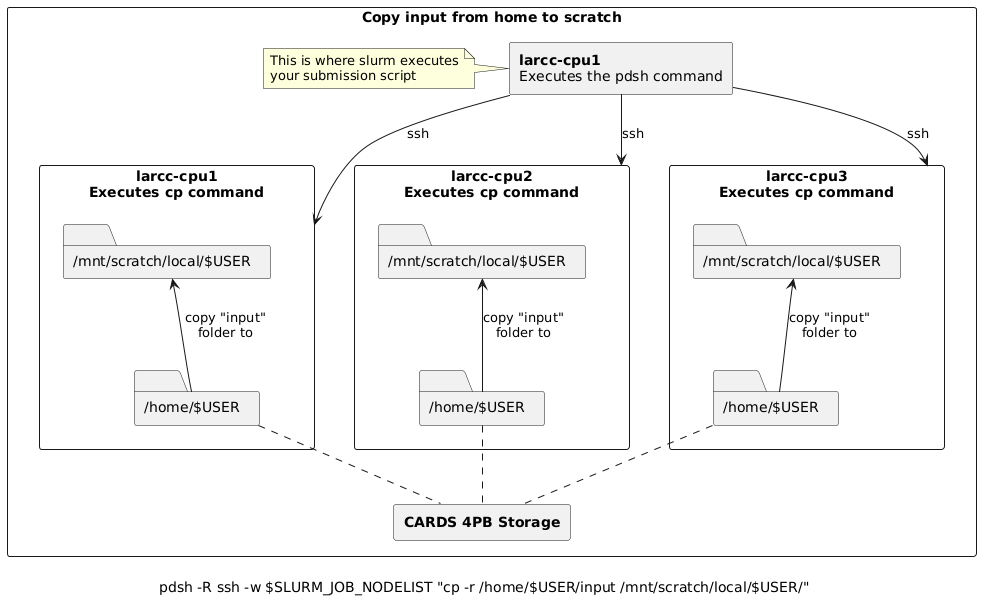
Above: guides/storage/images/pdsh_home_to_scratch.png in ularc/zurada (PlantUML), before the change.
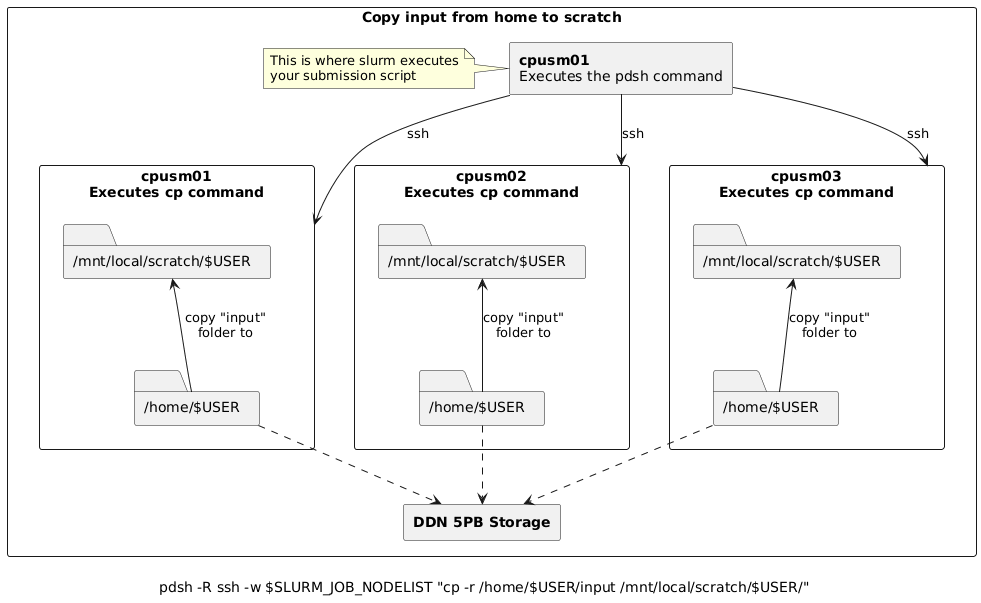
The same file after the commit.

Commit message:
fix storage guide diagrams to reflect Zurada

Change to the diagram source:
```diff
@@ -1,26 +1,26 @@
 @startuml
 rectangle "Copy input from home to scratch" {
-caption \lpdsh -R ssh -w $SLURM_JOB_NODELIST "cp -r /home/$USER/input /mnt/scratch/local/$USER/"
+caption \lpdsh -R ssh -w $SLURM_JOB_NODELIST "cp -r /home/$USER/input /mnt/local/scratch/$USER/"
 
-rectangle "<b>larcc-cpu1\nExecutes the pdsh command" as job_executor
+rectangle "<b>cpusm01\nExecutes the pdsh command" as job_executor
 note left
   This is where slurm executes
   your submission script
 end note
-rectangle "<b>CARDS 4PB Storage" as Shared
+rectangle "<b>DDN 5PB Storage" as Shared
 
-rectangle "<b>larcc-cpu1\nExecutes cp command" as Node1 {
+rectangle "<b>cpusm01\nExecutes cp command" as Node1 {
   folder "/home/$USER" as Node1Home
-  folder "/mnt/scratch/local/$USER" as Node1Scratch
+  folder "/mnt/local/scratch/$USER" as Node1Scratch
 }
 
-rectangle "<b>larcc-cpu2\nExecutes cp command" as Node2 {
+rectangle "<b>cpusm02\nExecutes cp command" as Node2 {
   folder "/home/$USER" as Node2Home
-  folder "/mnt/scratch/local/$USER" as Node2Scratch
+  folder "/mnt/local/scratch/$USER" as Node2Scratch
 }
-rectangle "<b>larcc-cpu3\nExecutes cp command" as Node3 {
+rectangle "<b>cpusm03\nExecutes cp command" as Node3 {
   folder "/home/$USER" as Node3Home
-  folder "/mnt/scratch/local/$USER" as Node3Scratch
+  folder "/mnt/local/scratch/$USER" as Node3Scratch
 }
 
 job_executor -down-> Node1 : ssh
@@ -31,8 +31,8 @@
 Node2Home -up-> Node2Scratch : copy "input"\nfolder to
 Node3Home -up-> Node3Scratch : copy "input"\nfolder to
 
-Node1Home -[dashed]down- Shared
-Node2Home -[dashed]down- Shared
-Node3Home -[dashed]down- Shared
+Node1Home -[dashed]down-> Shared
+Node2Home -[dashed]down-> Shared
+Node3Home -[dashed]down-> Shared
 }
 @enduml
```
